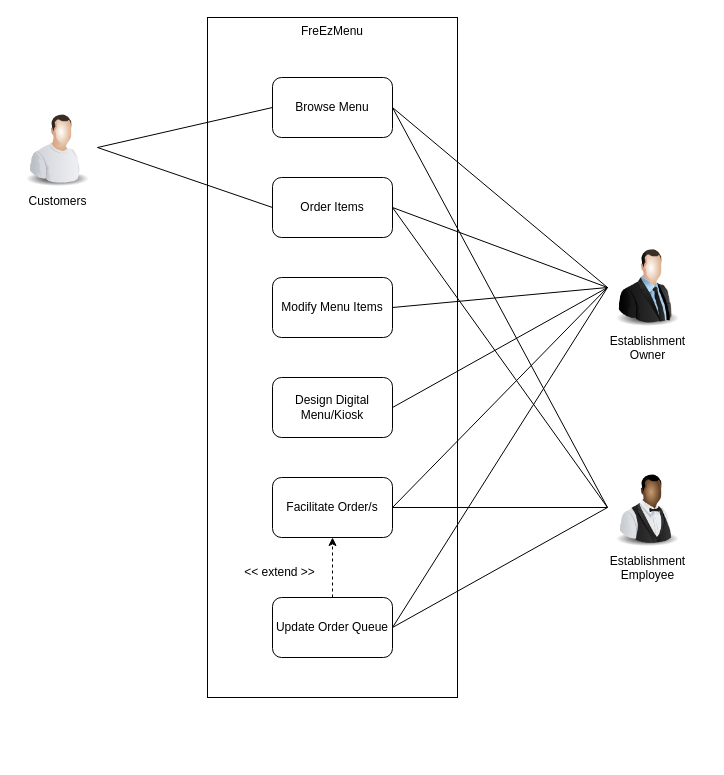
The draw.io diagram DOCS/Diagrams/Use Case Diagram 2.drawio in alexxGmZ/MenuMaApp, before the edit. Source tidied: cells renumbered, new cells numbered last; positions are measured from the earlier drawing's top-left corner, leaving out a move shared by most shapes. Both pictures are drawn from the tidied source at 100%, with x=0, y=0 at pixel (17, 17).
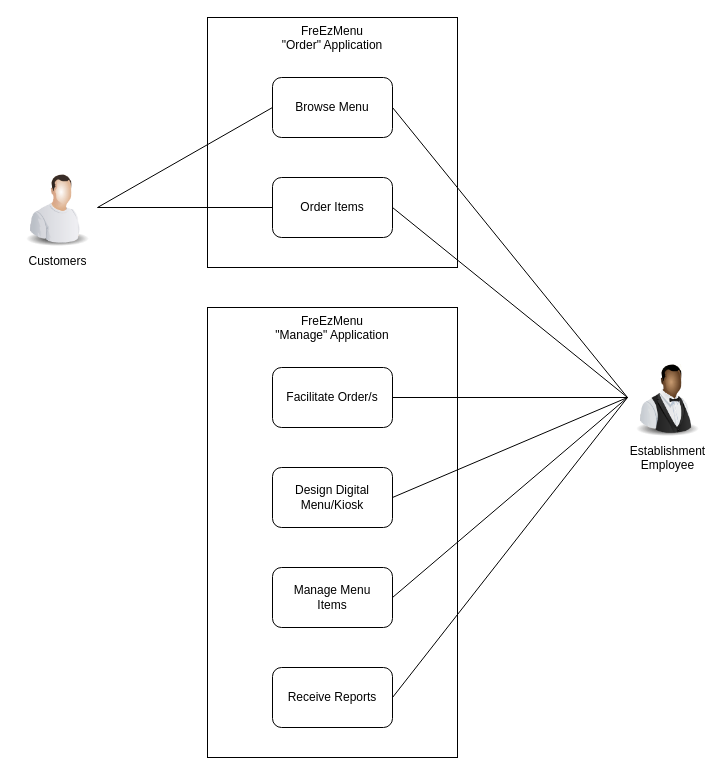
Above is the later version.

Commit message:
diagram(use case): reorganize

Unchanged cells that the change refers to:
```xml
<mxCell id="4" value="Browse Menu" style="rounded=1;whiteSpace=wrap;html=1;" parent="1" vertex="1">
  <mxGeometry x="255" y="60" width="120" height="60" as="geometry" />
</mxCell>
<mxCell id="5" value="Order Items" style="rounded=1;whiteSpace=wrap;html=1;" parent="1" vertex="1">
  <mxGeometry x="255" y="160" width="120" height="60" as="geometry" />
</mxCell>
```

What changed in the source:
```diff
@@
+    <mxCell id="26" value="FreEzMenu &lt;br&gt;&quot;Manage&quot; Application" style="rounded=0;whiteSpace=wrap;html=1;verticalAlign=top;" parent="1" vertex="1">
+      <mxGeometry x="190" y="290" width="250" height="450" as="geometry" />
+    </mxCell>
     <mxCell id="2" value="Customers" style="image;html=1;image=img/lib/clip_art/people/Worker_Man_128x128.png;" parent="1" vertex="1">
-      <mxGeometry y="90" width="80" height="80" as="geometry" />
+      <mxGeometry y="150" width="80" height="80" as="geometry" />
     </mxCell>
-    <mxCell id="3" value="FreEzMenu" style="rounded=0;whiteSpace=wrap;html=1;verticalAlign=top;" parent="1" vertex="1">
-      <mxGeometry x="190" width="250" height="680" as="geometry" />
+    <mxCell id="3" value="FreEzMenu &lt;br&gt;&quot;Order&quot; Application" style="rounded=0;whiteSpace=wrap;html=1;verticalAlign=top;" parent="1" vertex="1">
+      <mxGeometry x="190" width="250" height="250" as="geometry" />
     </mxCell>
@@
-    <mxCell id="8" value="Establishment&lt;br&gt;Owner" style="image;html=1;image=img/lib/clip_art/people/Suit_Man_128x128.png;" parent="1" vertex="1">
-      <mxGeometry x="590" y="230" width="80" height="80" as="geometry" />
-    </mxCell>
+    <mxCell id="27" style="edgeStyle=none;html=1;endArrow=none;endFill=0;" parent="1" edge="1" source="9" target="14">
+      <mxGeometry relative="1" as="geometry" />
+    </mxCell>
+    <mxCell id="28" style="edgeStyle=none;html=1;exitX=0;exitY=0.5;exitDx=0;exitDy=0;entryX=1;entryY=0.5;entryDx=0;entryDy=0;endArrow=none;endFill=0;" parent="1" edge="1" source="9" target="11">
+      <mxGeometry relative="1" as="geometry" />
+    </mxCell>
+    <mxCell id="29" style="edgeStyle=none;html=1;exitX=0;exitY=0.5;exitDx=0;exitDy=0;entryX=1;entryY=0.5;entryDx=0;entryDy=0;endArrow=none;endFill=0;" parent="1" edge="1" source="9" target="10">
+      <mxGeometry relative="1" as="geometry" />
+    </mxCell>
+    <mxCell id="30" style="edgeStyle=none;html=1;exitX=0;exitY=0.5;exitDx=0;exitDy=0;entryX=1;entryY=0.5;entryDx=0;entryDy=0;endArrow=none;endFill=0;" parent="1" edge="1" source="9" target="33">
+      <mxGeometry relative="1" as="geometry" />
+    </mxCell>
+    <mxCell id="31" style="edgeStyle=none;html=1;exitX=0;exitY=0.5;exitDx=0;exitDy=0;entryX=1;entryY=0.5;entryDx=0;entryDy=0;endArrow=none;endFill=0;" parent="1" edge="1" source="9" target="5">
+      <mxGeometry relative="1" as="geometry" />
+    </mxCell>
+    <mxCell id="32" style="edgeStyle=none;html=1;entryX=1;entryY=0.5;entryDx=0;entryDy=0;endArrow=none;endFill=0;exitX=0;exitY=0.5;exitDx=0;exitDy=0;" parent="1" edge="1" source="9" target="4">
+      <mxGeometry relative="1" as="geometry" />
+    </mxCell>
     <mxCell id="9" value="Establishment&lt;br&gt;Employee" style="image;html=1;image=img/lib/clip_art/people/Waiter_Black_128x128.png;" parent="1" vertex="1">
-      <mxGeometry x="590" y="450" width="80" height="80" as="geometry" />
+      <mxGeometry x="610" y="340" width="80" height="80" as="geometry" />
     </mxCell>
-    <mxCell id="10" value="Modify Menu Items" style="rounded=1;whiteSpace=wrap;html=1;" parent="1" vertex="1">
-      <mxGeometry x="255" y="260" width="120" height="60" as="geometry" />
+    <mxCell id="10" value="Manage Menu &lt;br&gt;Items" style="rounded=1;whiteSpace=wrap;html=1;" parent="1" vertex="1">
+      <mxGeometry x="255" y="550" width="120" height="60" as="geometry" />
     </mxCell>
     <mxCell id="11" value="Design Digital Menu/Kiosk" style="rounded=1;whiteSpace=wrap;html=1;" parent="1" vertex="1">
-      <mxGeometry x="255" y="360" width="120" height="60" as="geometry" />
+      <mxGeometry x="255" y="450" width="120" height="60" as="geometry" />
     </mxCell>
-    <mxCell id="12" style="endArrow=none;html=1;exitX=1;exitY=0.5;exitDx=0;exitDy=0;entryX=0;entryY=0.5;entryDx=0;entryDy=0;" parent="1" edge="1" source="10" target="8">
-      <mxGeometry relative="1" as="geometry" />
-    </mxCell>
-    <mxCell id="13" style="endArrow=none;html=1;exitX=1;exitY=0.5;exitDx=0;exitDy=0;entryX=0;entryY=0.5;entryDx=0;entryDy=0;" parent="1" edge="1" source="11" target="8">
-      <mxGeometry relative="1" as="geometry" />
-    </mxCell>
     <mxCell id="14" value="Facilitate Order/s" style="rounded=1;whiteSpace=wrap;html=1;" parent="1" vertex="1">
-      <mxGeometry x="255" y="460" width="120" height="60" as="geometry" />
+      <mxGeometry x="255" y="350" width="120" height="60" as="geometry" />
     </mxCell>
-    <mxCell id="15" style="endArrow=none;html=1;entryX=0;entryY=0.5;entryDx=0;entryDy=0;exitX=1;exitY=0.5;exitDx=0;exitDy=0;" parent="1" edge="1" source="14" target="9">
-      <mxGeometry relative="1" as="geometry" />
-    </mxCell>
-    <mxCell id="16" style="endArrow=none;html=1;exitX=1;exitY=0.5;exitDx=0;exitDy=0;entryX=0;entryY=0.5;entryDx=0;entryDy=0;" parent="1" edge="1" source="14" target="8">
-      <mxGeometry relative="1" as="geometry" />
-    </mxCell>
-    <mxCell id="17" value="Update Order Queue" style="rounded=1;whiteSpace=wrap;html=1;" parent="1" vertex="1">
-      <mxGeometry x="255" y="580" width="120" height="60" as="geometry" />
-    </mxCell>
-    <mxCell id="18" style="endArrow=classic;dashed=1;html=1;entryX=0.5;entryY=1;entryDx=0;entryDy=0;exitX=0.5;exitY=0;exitDx=0;exitDy=0;endFill=1;startArrow=none;startFill=0;" parent="1" edge="1" source="17" target="14">
-      <mxGeometry relative="1" as="geometry" />
-    </mxCell>
-    <mxCell id="19" value="&amp;lt;&amp;lt; extend &amp;gt;&amp;gt;" style="text;html=1;strokeColor=none;fillColor=none;align=center;verticalAlign=middle;whiteSpace=wrap;rounded=0;" parent="1" vertex="1">
-      <mxGeometry x="220" y="540" width="85" height="30" as="geometry" />
-    </mxCell>
-    <mxCell id="20" style="endArrow=none;html=1;entryX=0;entryY=0.5;entryDx=0;entryDy=0;exitX=1;exitY=0.5;exitDx=0;exitDy=0;" parent="1" edge="1" source="17" target="9">
-      <mxGeometry relative="1" as="geometry" />
-    </mxCell>
-    <mxCell id="21" style="endArrow=none;html=1;exitX=1;exitY=0.5;exitDx=0;exitDy=0;entryX=0;entryY=0.5;entryDx=0;entryDy=0;" parent="1" edge="1" source="17" target="8">
-      <mxGeometry relative="1" as="geometry" />
-    </mxCell>
-    <mxCell id="22" style="endArrow=none;html=1;exitX=1;exitY=0.5;exitDx=0;exitDy=0;" parent="1" edge="1" source="5">
-      <mxGeometry relative="1" as="geometry">
-        <mxPoint x="590" y="270" as="targetPoint" />
-      </mxGeometry>
-    </mxCell>
-    <mxCell id="23" style="endArrow=none;html=1;exitX=1;exitY=0.5;exitDx=0;exitDy=0;entryX=0;entryY=0.5;entryDx=0;entryDy=0;" parent="1" edge="1" target="8">
-      <mxGeometry relative="1" as="geometry">
-        <mxPoint x="375" y="90" as="sourcePoint" />
-      </mxGeometry>
-    </mxCell>
-    <mxCell id="24" style="endArrow=none;html=1;exitX=1;exitY=0.5;exitDx=0;exitDy=0;" parent="1" edge="1" source="5">
-      <mxGeometry relative="1" as="geometry">
-        <mxPoint x="590" y="490" as="targetPoint" />
-      </mxGeometry>
-    </mxCell>
-    <mxCell id="25" style="endArrow=none;html=1;exitX=1;exitY=0.5;exitDx=0;exitDy=0;entryX=0;entryY=0.5;entryDx=0;entryDy=0;" parent="1" edge="1" source="4" target="9">
-      <mxGeometry relative="1" as="geometry" />
-    </mxCell>
+    <mxCell id="33" value="Receive Reports" style="rounded=1;whiteSpace=wrap;html=1;" parent="1" vertex="1">
+      <mxGeometry x="255" y="650" width="120" height="60" as="geometry" />
+    </mxCell>
```
